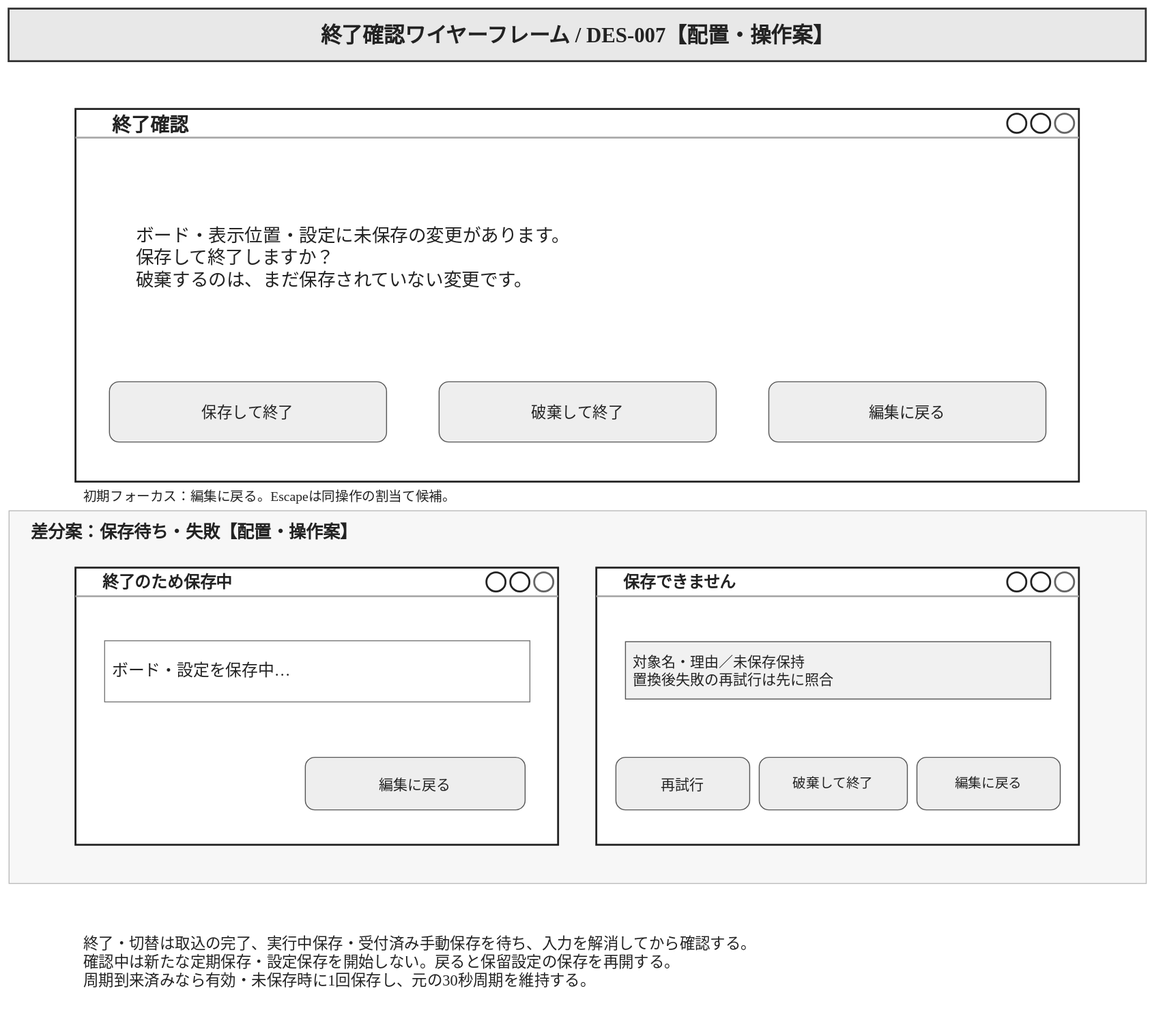
myzkkzy/reference-app keeps this draw.io diagram as docs/product-design/screen-design/diagrams/exit-confirmation-layout.drawio.svg. Above is the earlier version. Source tidied: cells renumbered, new cells last; positions are measured from the earlier drawing's top-left corner, leaving out a move shared by most shapes. Its diagram source:
```xml
<mxGraphModel>
  <root>
    <mxCell id="0" />
    <mxCell id="1" parent="0" />
    <mxCell id="2" value="終了確認ワイヤーフレーム / DES-007【配置・操作案】" style="rounded=0;fillColor=#E8E8E8;strokeColor=#333333;strokeWidth=2;fontStyle=1;whiteSpace=wrap;html=0;fontFamily=Yu Gothic;fontSize=22;fontColor=#222222;align=center;verticalAlign=middle;spacing=8;" parent="1" vertex="1">
      <mxGeometry width="1190" height="55" as="geometry" />
    </mxCell>
    <mxCell id="3" style="rounded=0;fillColor=#FFFFFF;strokeColor=#222222;strokeWidth=2;whiteSpace=wrap;html=0;fontFamily=Yu Gothic;fontSize=15;fontColor=#222222;align=left;verticalAlign=top;spacing=3;shape=mxgraph.mockup.containers.window;mainText=;strokeColor2=#666666;strokeColor3=#aaaaaa;gradientColor=none;spacingTop=3;" parent="1" vertex="1">
      <mxGeometry x="70" y="105" width="1050" height="390" as="geometry" />
    </mxCell>
    <mxCell id="4" value="終了確認" style="rounded=0;fillColor=none;strokeColor=none;fontStyle=1;whiteSpace=wrap;html=0;fontFamily=Yu Gothic;fontSize=20;fontColor=#222222;align=left;verticalAlign=middle;spacing=8;" parent="1" vertex="1">
      <mxGeometry x="100" y="106" width="990" height="29" as="geometry" />
    </mxCell>
    <mxCell id="5" value="ボード・表示位置・設定に未保存の変更があります。&#10;保存して終了しますか？&#10;破棄するのは、まだ保存されていない変更です。" style="rounded=0;fillColor=none;strokeColor=none;whiteSpace=wrap;html=0;fontFamily=Yu Gothic;fontSize=19;fontColor=#222222;align=left;verticalAlign=middle;spacing=8;" parent="1" vertex="1">
      <mxGeometry x="125" y="198" width="940" height="125" as="geometry" />
    </mxCell>
    <mxCell id="6" value="保存して終了" style="rounded=1;fillColor=#EEEEEE;strokeColor=#555555;strokeWidth=1;whiteSpace=wrap;html=0;fontFamily=Yu Gothic;fontSize=16;fontColor=#222222;align=center;verticalAlign=middle;spacing=8;shape=mxgraph.mockup.buttons.button;mainText=;buttonStyle=round;gradientColor=none;" parent="1" vertex="1">
      <mxGeometry x="105" y="390" width="290" height="63" as="geometry" />
    </mxCell>
    <mxCell id="7" value="破棄して終了" style="rounded=1;fillColor=#EEEEEE;strokeColor=#555555;strokeWidth=1;whiteSpace=wrap;html=0;fontFamily=Yu Gothic;fontSize=16;fontColor=#222222;align=center;verticalAlign=middle;spacing=8;shape=mxgraph.mockup.buttons.button;mainText=;buttonStyle=round;gradientColor=none;" parent="1" vertex="1">
      <mxGeometry x="450" y="390" width="290" height="63" as="geometry" />
    </mxCell>
    <mxCell id="8" value="編集に戻る" style="rounded=1;fillColor=#EEEEEE;strokeColor=#555555;strokeWidth=1;whiteSpace=wrap;html=0;fontFamily=Yu Gothic;fontSize=16;fontColor=#222222;align=center;verticalAlign=middle;spacing=8;shape=mxgraph.mockup.buttons.button;mainText=;buttonStyle=round;gradientColor=none;" parent="1" vertex="1">
      <mxGeometry x="795" y="390" width="290" height="63" as="geometry" />
    </mxCell>
    <mxCell id="9" value="初期フォーカス：編集に戻る。Escapeは同操作の割当て候補。" style="rounded=0;fillColor=none;strokeColor=none;whiteSpace=wrap;html=0;fontFamily=Yu Gothic;fontSize=14;fontColor=#222222;align=left;verticalAlign=middle;spacing=8;" parent="1" vertex="1">
      <mxGeometry x="70" y="498" width="1050" height="25" as="geometry" />
    </mxCell>
    <mxCell id="10" style="rounded=0;fillColor=#F7F7F7;strokeColor=#BBBBBB;strokeWidth=1;whiteSpace=wrap;html=0;fontFamily=Yu Gothic;fontSize=15;fontColor=#222222;align=center;verticalAlign=middle;spacing=8;" parent="1" vertex="1">
      <mxGeometry y="525" width="1190" height="390" as="geometry" />
    </mxCell>
    <mxCell id="11" value="差分案：保存待ち・失敗【配置・操作案】" style="rounded=0;fillColor=none;strokeColor=none;fontStyle=1;whiteSpace=wrap;html=0;fontFamily=Yu Gothic;fontSize=18;fontColor=#222222;align=left;verticalAlign=middle;spacing=8;" parent="1" vertex="1">
      <mxGeometry x="15" y="533" width="1160" height="30" as="geometry" />
    </mxCell>
    <mxCell id="12" style="rounded=0;fillColor=#FFFFFF;strokeColor=#222222;strokeWidth=2;whiteSpace=wrap;html=0;fontFamily=Yu Gothic;fontSize=15;fontColor=#222222;align=left;verticalAlign=top;spacing=3;shape=mxgraph.mockup.containers.window;mainText=;strokeColor2=#666666;strokeColor3=#aaaaaa;gradientColor=none;spacingTop=3;" parent="1" vertex="1">
      <mxGeometry x="70" y="585" width="505" height="290" as="geometry" />
    </mxCell>
    <mxCell id="13" value="終了のため保存中" style="rounded=0;fillColor=none;strokeColor=none;fontStyle=1;whiteSpace=wrap;html=0;fontFamily=Yu Gothic;fontSize=17;fontColor=#222222;align=left;verticalAlign=middle;spacing=8;" parent="1" vertex="1">
      <mxGeometry x="90" y="586" width="465" height="29" as="geometry" />
    </mxCell>
    <mxCell id="14" value="ボード・設定を保存中…" style="rounded=0;fillColor=#FFFFFF;strokeColor=#777777;strokeWidth=1;whiteSpace=wrap;html=0;fontFamily=Yu Gothic;fontSize=17;fontColor=#222222;align=left;verticalAlign=middle;spacing=8;" parent="1" vertex="1">
      <mxGeometry x="100" y="661" width="445" height="64" as="geometry" />
    </mxCell>
    <mxCell id="15" value="編集に戻る" style="rounded=1;fillColor=#EEEEEE;strokeColor=#555555;strokeWidth=1;whiteSpace=wrap;html=0;fontFamily=Yu Gothic;fontSize=15;fontColor=#222222;align=center;verticalAlign=middle;spacing=8;shape=mxgraph.mockup.buttons.button;mainText=;buttonStyle=round;gradientColor=none;" parent="1" vertex="1">
      <mxGeometry x="310" y="783" width="230" height="55" as="geometry" />
    </mxCell>
    <mxCell id="16" style="rounded=0;fillColor=#FFFFFF;strokeColor=#222222;strokeWidth=2;whiteSpace=wrap;html=0;fontFamily=Yu Gothic;fontSize=15;fontColor=#222222;align=left;verticalAlign=top;spacing=3;shape=mxgraph.mockup.containers.window;mainText=;strokeColor2=#666666;strokeColor3=#aaaaaa;gradientColor=none;spacingTop=3;" parent="1" vertex="1">
      <mxGeometry x="615" y="585" width="505" height="290" as="geometry" />
    </mxCell>
    <mxCell id="17" value="保存できません" style="rounded=0;fillColor=none;strokeColor=none;fontStyle=1;whiteSpace=wrap;html=0;fontFamily=Yu Gothic;fontSize=17;fontColor=#222222;align=left;verticalAlign=middle;spacing=8;" parent="1" vertex="1">
      <mxGeometry x="635" y="586" width="465" height="29" as="geometry" />
    </mxCell>
    <mxCell id="18" value="対象名・理由／未保存保持&#10;置換後失敗の再試行は先に照合" style="rounded=0;fillColor=#F1F1F1;strokeColor=#555555;strokeWidth=1;whiteSpace=wrap;html=0;fontFamily=Yu Gothic;fontSize=15;fontColor=#222222;align=left;verticalAlign=middle;spacing=8;" parent="1" vertex="1">
      <mxGeometry x="645" y="662" width="445" height="60" as="geometry" />
    </mxCell>
    <mxCell id="19" value="再試行" style="rounded=1;fillColor=#EEEEEE;strokeColor=#555555;strokeWidth=1;whiteSpace=wrap;html=0;fontFamily=Yu Gothic;fontSize=15;fontColor=#222222;align=center;verticalAlign=middle;spacing=8;shape=mxgraph.mockup.buttons.button;mainText=;buttonStyle=round;gradientColor=none;" parent="1" vertex="1">
      <mxGeometry x="635" y="783" width="140" height="55" as="geometry" />
    </mxCell>
    <mxCell id="20" value="破棄して終了" style="rounded=1;fillColor=#EEEEEE;strokeColor=#555555;strokeWidth=1;whiteSpace=wrap;html=0;fontFamily=Yu Gothic;fontSize=14;fontColor=#222222;align=center;verticalAlign=middle;spacing=8;shape=mxgraph.mockup.buttons.button;mainText=;buttonStyle=round;gradientColor=none;" parent="1" vertex="1">
      <mxGeometry x="785" y="783" width="155" height="55" as="geometry" />
    </mxCell>
    <mxCell id="21" value="編集に戻る" style="rounded=1;fillColor=#EEEEEE;strokeColor=#555555;strokeWidth=1;whiteSpace=wrap;html=0;fontFamily=Yu Gothic;fontSize=14;fontColor=#222222;align=center;verticalAlign=middle;spacing=8;shape=mxgraph.mockup.buttons.button;mainText=;buttonStyle=round;gradientColor=none;" parent="1" vertex="1">
      <mxGeometry x="950" y="783" width="150" height="55" as="geometry" />
    </mxCell>
    <mxCell id="22" value="終了・切替は取込の完了、実行中保存・受付済み手動保存を待ち、入力を解消してから確認する。&#10;確認中は新たな定期保存・設定保存を開始しない。戻ると保留設定の保存を再開する。&#10;周期到来済みなら有効・未保存時に1回保存し、元の30秒周期を維持する。" style="rounded=0;fillColor=none;strokeColor=none;whiteSpace=wrap;html=0;fontFamily=Yu Gothic;fontSize=16;fontColor=#222222;align=left;verticalAlign=middle;spacing=8;" parent="1" vertex="1">
      <mxGeometry x="70" y="938" width="1050" height="118" as="geometry" />
    </mxCell>
  </root>
</mxGraphModel>
```
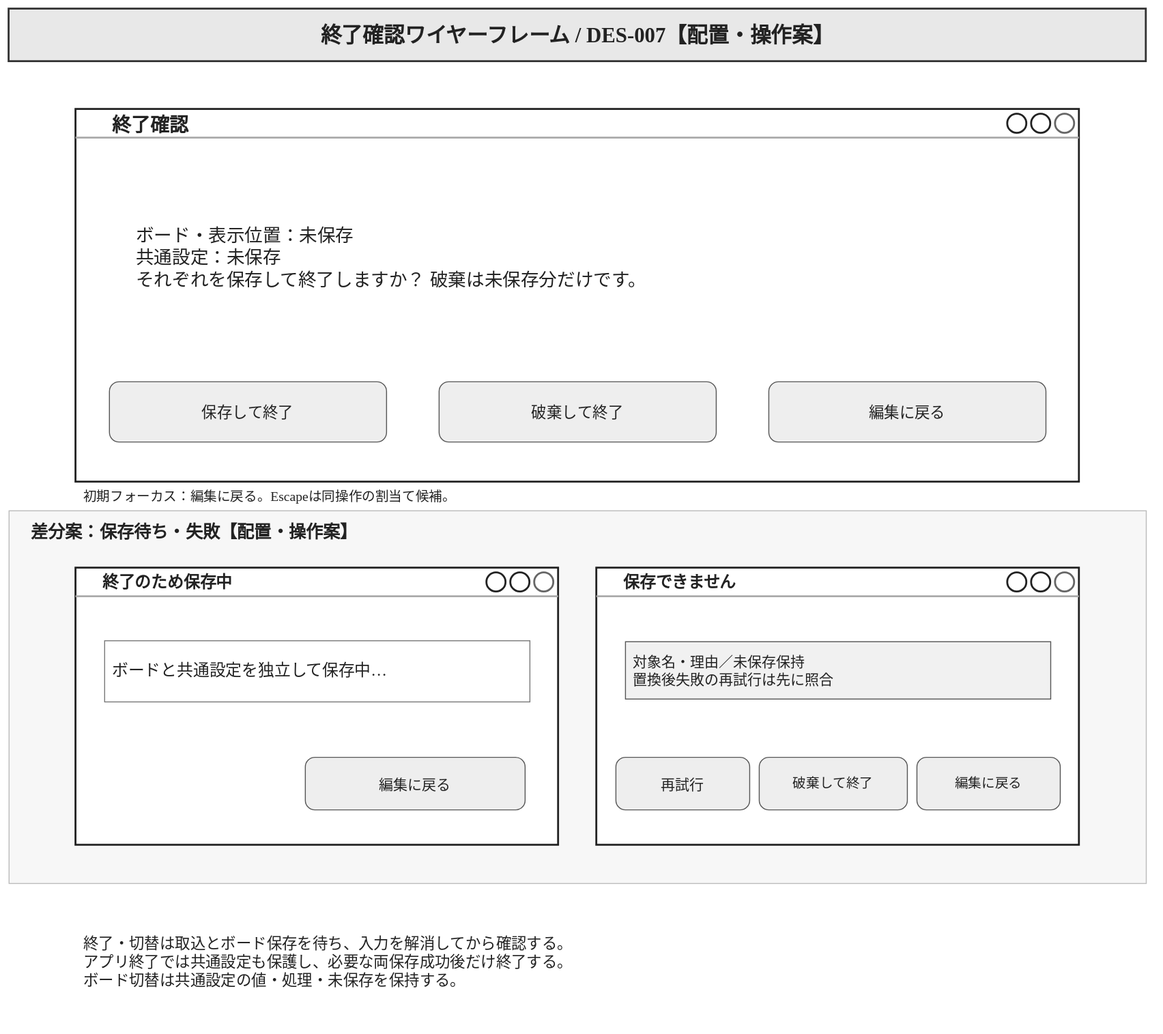
The same file after the commit.

The edit, as a diff of the source:
```diff
@@ -11,7 +11,7 @@
     <mxCell id="4" value="終了確認" style="rounded=0;fillColor=none;strokeColor=none;fontStyle=1;whiteSpace=wrap;html=0;fontFamily=Yu Gothic;fontSize=20;fontColor=#222222;align=left;verticalAlign=middle;spacing=8;" parent="1" vertex="1">
       <mxGeometry x="100" y="106" width="990" height="29" as="geometry" />
     </mxCell>
-    <mxCell id="5" value="ボード・表示位置・設定に未保存の変更があります。&#10;保存して終了しますか？&#10;破棄するのは、まだ保存されていない変更です。" style="rounded=0;fillColor=none;strokeColor=none;whiteSpace=wrap;html=0;fontFamily=Yu Gothic;fontSize=19;fontColor=#222222;align=left;verticalAlign=middle;spacing=8;" parent="1" vertex="1">
+    <mxCell id="5" value="ボード・表示位置：未保存&#10;共通設定：未保存&#10;それぞれを保存して終了しますか？ 破棄は未保存分だけです。" style="rounded=0;fillColor=none;strokeColor=none;whiteSpace=wrap;html=0;fontFamily=Yu Gothic;fontSize=19;fontColor=#222222;align=left;verticalAlign=middle;spacing=8;" parent="1" vertex="1">
       <mxGeometry x="125" y="198" width="940" height="125" as="geometry" />
     </mxCell>
     <mxCell id="6" value="保存して終了" style="rounded=1;fillColor=#EEEEEE;strokeColor=#555555;strokeWidth=1;whiteSpace=wrap;html=0;fontFamily=Yu Gothic;fontSize=16;fontColor=#222222;align=center;verticalAlign=middle;spacing=8;shape=mxgraph.mockup.buttons.button;mainText=;buttonStyle=round;gradientColor=none;" parent="1" vertex="1">
@@ -38,7 +38,7 @@
     <mxCell id="13" value="終了のため保存中" style="rounded=0;fillColor=none;strokeColor=none;fontStyle=1;whiteSpace=wrap;html=0;fontFamily=Yu Gothic;fontSize=17;fontColor=#222222;align=left;verticalAlign=middle;spacing=8;" parent="1" vertex="1">
       <mxGeometry x="90" y="586" width="465" height="29" as="geometry" />
     </mxCell>
-    <mxCell id="14" value="ボード・設定を保存中…" style="rounded=0;fillColor=#FFFFFF;strokeColor=#777777;strokeWidth=1;whiteSpace=wrap;html=0;fontFamily=Yu Gothic;fontSize=17;fontColor=#222222;align=left;verticalAlign=middle;spacing=8;" parent="1" vertex="1">
+    <mxCell id="14" value="ボードと共通設定を独立して保存中…" style="rounded=0;fillColor=#FFFFFF;strokeColor=#777777;strokeWidth=1;whiteSpace=wrap;html=0;fontFamily=Yu Gothic;fontSize=17;fontColor=#222222;align=left;verticalAlign=middle;spacing=8;" parent="1" vertex="1">
       <mxGeometry x="100" y="661" width="445" height="64" as="geometry" />
     </mxCell>
     <mxCell id="15" value="編集に戻る" style="rounded=1;fillColor=#EEEEEE;strokeColor=#555555;strokeWidth=1;whiteSpace=wrap;html=0;fontFamily=Yu Gothic;fontSize=15;fontColor=#222222;align=center;verticalAlign=middle;spacing=8;shape=mxgraph.mockup.buttons.button;mainText=;buttonStyle=round;gradientColor=none;" parent="1" vertex="1">
@@ -62,7 +62,7 @@
     <mxCell id="21" value="編集に戻る" style="rounded=1;fillColor=#EEEEEE;strokeColor=#555555;strokeWidth=1;whiteSpace=wrap;html=0;fontFamily=Yu Gothic;fontSize=14;fontColor=#222222;align=center;verticalAlign=middle;spacing=8;shape=mxgraph.mockup.buttons.button;mainText=;buttonStyle=round;gradientColor=none;" parent="1" vertex="1">
       <mxGeometry x="950" y="783" width="150" height="55" as="geometry" />
     </mxCell>
-    <mxCell id="22" value="終了・切替は取込の完了、実行中保存・受付済み手動保存を待ち、入力を解消してから確認する。&#10;確認中は新たな定期保存・設定保存を開始しない。戻ると保留設定の保存を再開する。&#10;周期到来済みなら有効・未保存時に1回保存し、元の30秒周期を維持する。" style="rounded=0;fillColor=none;strokeColor=none;whiteSpace=wrap;html=0;fontFamily=Yu Gothic;fontSize=16;fontColor=#222222;align=left;verticalAlign=middle;spacing=8;" parent="1" vertex="1">
+    <mxCell id="22" value="終了・切替は取込とボード保存を待ち、入力を解消してから確認する。&#10;アプリ終了では共通設定も保護し、必要な両保存成功後だけ終了する。&#10;ボード切替は共通設定の値・処理・未保存を保持する。" style="rounded=0;fillColor=none;strokeColor=none;whiteSpace=wrap;html=0;fontFamily=Yu Gothic;fontSize=16;fontColor=#222222;align=left;verticalAlign=middle;spacing=8;" parent="1" vertex="1">
       <mxGeometry x="70" y="938" width="1050" height="118" as="geometry" />
     </mxCell>
   </root>
```
